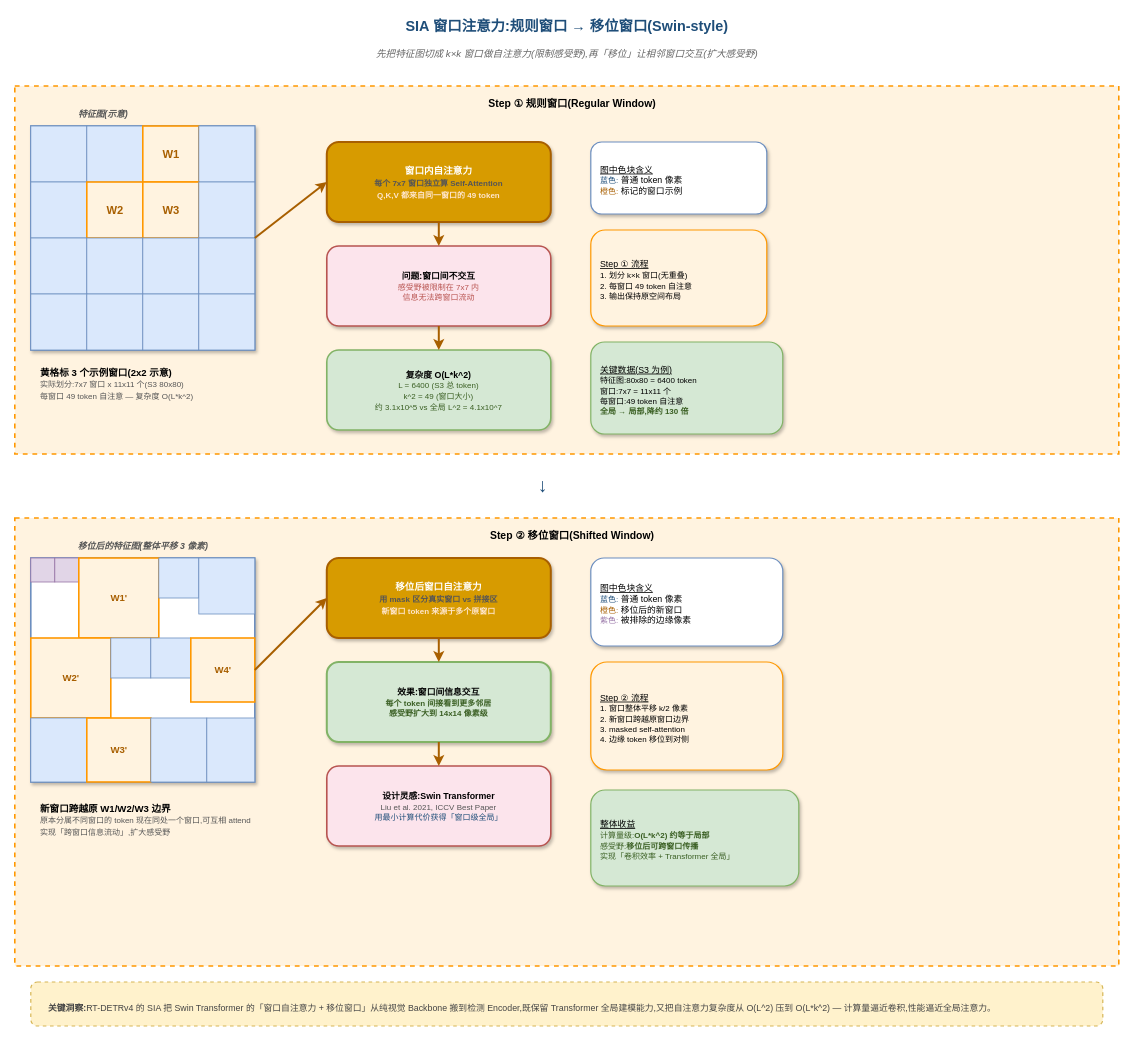
This is assets/images/ch13/v4-sia-window-attention.drawio from bigbro13/deep-learning-handbook, a draw.io file, before an edit. Source tidied: cells renumbered, new cells numbered last; positions are measured from the earlier drawing's top-left corner, leaving out a move shared by most shapes. Both pictures are drawn from the tidied source at 80%, with x=0, y=0 at pixel (14, 14).
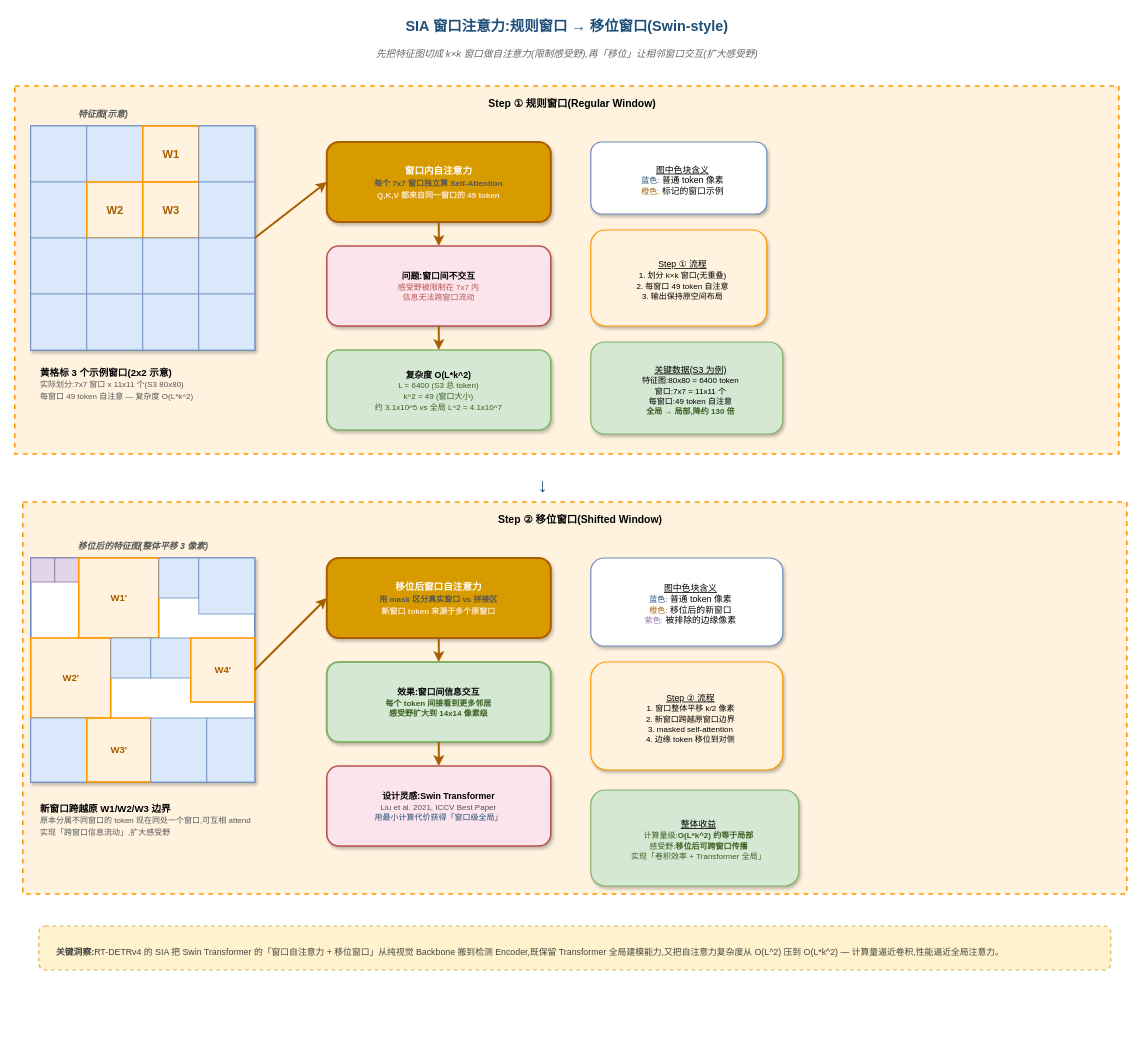
The same diagram, later.

Change to the diagram source:
```diff
@@
-    <mxCell id="33" value="&lt;u&gt;图中色块含义&lt;/u&gt;&lt;br&gt;&lt;font style=&quot;font-size: 10px; color: #1f4e79;&quot;&gt;蓝色:&lt;/font&gt; 普通 token 像素&lt;br&gt;&lt;font style=&quot;font-size: 10px; color: #a85f00;&quot;&gt;橙色:&lt;/font&gt; 标记的窗口示例" style="rounded=1;whiteSpace=wrap;html=1;fillColor=#ffffff;strokeColor=#6c8ebf;strokeWidth=1.5;shadow=1;fontSize=11;align=left;spacingLeft=10;spacingTop=6;" parent="1" vertex="1">
+    <mxCell id="33" value="&lt;u&gt;图中色块含义&lt;/u&gt;&lt;br&gt;&lt;font style=&quot;font-size: 10px; color: rgb(31, 78, 121);&quot;&gt;蓝色:&lt;/font&gt; 普通 token 像素&lt;br&gt;&lt;font style=&quot;font-size: 10px; color: rgb(168, 95, 0);&quot;&gt;橙色:&lt;/font&gt; 标记的窗口示例" style="rounded=1;whiteSpace=wrap;html=1;fillColor=#ffffff;strokeColor=#6c8ebf;strokeWidth=1.5;shadow=1;fontSize=11;align=center;spacingLeft=10;spacingTop=6;" parent="1" vertex="1">
       <mxGeometry x="720" y="160" width="220" height="90" as="geometry" />
     </mxCell>
-    <mxCell id="34" value="&lt;u&gt;Step ① 流程&lt;/u&gt;&lt;br&gt;&lt;font style=&quot;font-size: 10px;&quot;&gt;1. 划分 k×k 窗口(无重叠)&lt;/font&gt;&lt;br&gt;&lt;font style=&quot;font-size: 10px;&quot;&gt;2. 每窗口 49 token 自注意&lt;/font&gt;&lt;br&gt;&lt;font style=&quot;font-size: 10px;&quot;&gt;3. 输出保持原空间布局&lt;/font&gt;" style="rounded=1;whiteSpace=wrap;html=1;fillColor=#fff3e0;strokeColor=#ff9800;strokeWidth=1.5;shadow=1;fontSize=11;align=left;spacingLeft=10;spacingTop=6;" parent="1" vertex="1">
+    <mxCell id="34" value="&lt;u&gt;Step ① 流程&lt;/u&gt;&lt;br&gt;&lt;font style=&quot;font-size: 10px;&quot;&gt;1. 划分 k×k 窗口(无重叠)&lt;/font&gt;&lt;br&gt;&lt;font style=&quot;font-size: 10px;&quot;&gt;2. 每窗口 49 token 自注意&lt;/font&gt;&lt;br&gt;&lt;font style=&quot;font-size: 10px;&quot;&gt;3. 输出保持原空间布局&lt;/font&gt;" style="rounded=1;whiteSpace=wrap;html=1;fillColor=#fff3e0;strokeColor=#ff9800;strokeWidth=1.5;shadow=1;fontSize=11;align=center;spacingLeft=10;spacingTop=6;" parent="1" vertex="1">
       <mxGeometry x="720" y="270" width="220" height="120" as="geometry" />
     </mxCell>
-    <mxCell id="35" value="&lt;u&gt;关键数据(S3 为例)&lt;/u&gt;&lt;br&gt;&lt;font style=&quot;font-size: 10px;&quot;&gt;特征图:80x80 = 6400 token&lt;/font&gt;&lt;br&gt;&lt;font style=&quot;font-size: 10px;&quot;&gt;窗口:7x7 = 11x11 个&lt;/font&gt;&lt;br&gt;&lt;font style=&quot;font-size: 10px;&quot;&gt;每窗口:49 token 自注意&lt;/font&gt;&lt;br&gt;&lt;font style=&quot;font-size: 10px; color: #3a5f23;&quot;&gt;&lt;b&gt;全局 → 局部,降约 130 倍&lt;/b&gt;&lt;/font&gt;" style="rounded=1;whiteSpace=wrap;html=1;fillColor=#d5e8d4;strokeColor=#82b366;strokeWidth=1.5;shadow=1;fontSize=11;align=left;spacingLeft=10;spacingTop=6;" parent="1" vertex="1">
+    <mxCell id="35" value="&lt;u&gt;关键数据(S3 为例)&lt;/u&gt;&lt;br&gt;&lt;font style=&quot;font-size: 10px;&quot;&gt;特征图:80x80 = 6400 token&lt;/font&gt;&lt;br&gt;&lt;font style=&quot;font-size: 10px;&quot;&gt;窗口:7x7 = 11x11 个&lt;/font&gt;&lt;br&gt;&lt;font style=&quot;font-size: 10px;&quot;&gt;每窗口:49 token 自注意&lt;/font&gt;&lt;br&gt;&lt;font style=&quot;font-size: 10px; color: rgb(58, 95, 35);&quot;&gt;&lt;b&gt;全局 → 局部,降约 130 倍&lt;/b&gt;&lt;/font&gt;" style="rounded=1;whiteSpace=wrap;html=1;fillColor=#d5e8d4;strokeColor=#82b366;strokeWidth=1.5;shadow=1;fontSize=11;align=center;spacingLeft=10;spacingTop=6;" parent="1" vertex="1">
       <mxGeometry x="720" y="410" width="240" height="115" as="geometry" />
     </mxCell>
@@
     <mxCell id="37" value="&lt;b&gt;Step ② 移位窗口(Shifted Window)&lt;/b&gt;" style="rounded=0;whiteSpace=wrap;html=1;fillColor=#fff3e0;strokeColor=#ff9800;strokeWidth=2;dashed=1;verticalAlign=top;spacingTop=8;spacingLeft=14;fontSize=13;fontStyle=1;" parent="1" vertex="1">
-      <mxGeometry y="630" width="1380" height="560" as="geometry" />
+      <mxGeometry x="10" y="610" width="1380" height="490" as="geometry" />
     </mxCell>
@@
-    <mxCell id="64" value="&lt;u&gt;图中色块含义&lt;/u&gt;&lt;br&gt;&lt;font style=&quot;font-size: 10px; color: #1f4e79;&quot;&gt;蓝色:&lt;/font&gt; 普通 token 像素&lt;br&gt;&lt;font style=&quot;font-size: 10px; color: #a85f00;&quot;&gt;橙色:&lt;/font&gt; 移位后的新窗口&lt;br&gt;&lt;font style=&quot;font-size: 10px; color: #9673a6;&quot;&gt;紫色:&lt;/font&gt; 被排除的边缘像素" style="rounded=1;whiteSpace=wrap;html=1;fillColor=#ffffff;strokeColor=#6c8ebf;strokeWidth=1.5;shadow=1;fontSize=11;align=left;spacingLeft=10;spacingTop=6;" parent="1" vertex="1">
+    <mxCell id="64" value="&lt;u&gt;图中色块含义&lt;/u&gt;&lt;br&gt;&lt;font style=&quot;font-size: 10px; color: rgb(31, 78, 121);&quot;&gt;蓝色:&lt;/font&gt; 普通 token 像素&lt;br&gt;&lt;font style=&quot;font-size: 10px; color: rgb(168, 95, 0);&quot;&gt;橙色:&lt;/font&gt; 移位后的新窗口&lt;br&gt;&lt;font style=&quot;font-size: 10px; color: rgb(150, 115, 166);&quot;&gt;紫色:&lt;/font&gt; 被排除的边缘像素" style="rounded=1;whiteSpace=wrap;html=1;fillColor=#ffffff;strokeColor=#6c8ebf;strokeWidth=1.5;shadow=1;fontSize=11;align=center;spacingLeft=10;spacingTop=6;" parent="1" vertex="1">
       <mxGeometry x="720" y="680" width="240" height="110" as="geometry" />
     </mxCell>
-    <mxCell id="65" value="&lt;u&gt;Step ② 流程&lt;/u&gt;&lt;br&gt;&lt;font style=&quot;font-size: 10px;&quot;&gt;1. 窗口整体平移 k/2 像素&lt;/font&gt;&lt;br&gt;&lt;font style=&quot;font-size: 10px;&quot;&gt;2. 新窗口跨越原窗口边界&lt;/font&gt;&lt;br&gt;&lt;font style=&quot;font-size: 10px;&quot;&gt;3. masked self-attention&lt;/font&gt;&lt;br&gt;&lt;font style=&quot;font-size: 10px;&quot;&gt;4. 边缘 token 移位到对侧&lt;/font&gt;" style="rounded=1;whiteSpace=wrap;html=1;fillColor=#fff3e0;strokeColor=#ff9800;strokeWidth=1.5;shadow=1;fontSize=11;align=left;spacingLeft=10;spacingTop=6;" parent="1" vertex="1">
+    <mxCell id="65" value="&lt;u&gt;Step ② 流程&lt;/u&gt;&lt;br&gt;&lt;font style=&quot;font-size: 10px;&quot;&gt;1. 窗口整体平移 k/2 像素&lt;/font&gt;&lt;br&gt;&lt;font style=&quot;font-size: 10px;&quot;&gt;2. 新窗口跨越原窗口边界&lt;/font&gt;&lt;br&gt;&lt;font style=&quot;font-size: 10px;&quot;&gt;3. masked self-attention&lt;/font&gt;&lt;br&gt;&lt;font style=&quot;font-size: 10px;&quot;&gt;4. 边缘 token 移位到对侧&lt;/font&gt;" style="rounded=1;whiteSpace=wrap;html=1;fillColor=#fff3e0;strokeColor=#ff9800;strokeWidth=1.5;shadow=1;fontSize=11;align=center;spacingLeft=10;spacingTop=6;" parent="1" vertex="1">
       <mxGeometry x="720" y="810" width="240" height="135" as="geometry" />
     </mxCell>
-    <mxCell id="66" value="&lt;u&gt;整体收益&lt;/u&gt;&lt;br&gt;&lt;font style=&quot;font-size: 10px; color: #3a5f23;&quot;&gt;计算量级:&lt;b&gt;O(L*k^2) 约等于局部&lt;/b&gt;&lt;/font&gt;&lt;br&gt;&lt;font style=&quot;font-size: 10px; color: #3a5f23;&quot;&gt;感受野:&lt;b&gt;移位后可跨窗口传播&lt;/b&gt;&lt;/font&gt;&lt;br&gt;&lt;font style=&quot;font-size: 10px; color: #3a5f23;&quot;&gt;实现「卷积效率 + Transformer 全局」&lt;/font&gt;" style="rounded=1;whiteSpace=wrap;html=1;fillColor=#d5e8d4;strokeColor=#82b366;strokeWidth=1.5;shadow=1;fontSize=11;align=left;spacingLeft=10;spacingTop=6;" parent="1" vertex="1">
+    <mxCell id="66" value="&lt;u&gt;整体收益&lt;/u&gt;&lt;br&gt;&lt;font style=&quot;font-size: 10px; color: rgb(58, 95, 35);&quot;&gt;计算量级:&lt;b&gt;O(L*k^2) 约等于局部&lt;/b&gt;&lt;/font&gt;&lt;br&gt;&lt;font style=&quot;font-size: 10px; color: rgb(58, 95, 35);&quot;&gt;感受野:&lt;b&gt;移位后可跨窗口传播&lt;/b&gt;&lt;/font&gt;&lt;br&gt;&lt;font style=&quot;font-size: 10px; color: rgb(58, 95, 35);&quot;&gt;实现「卷积效率 + Transformer 全局」&lt;/font&gt;" style="rounded=1;whiteSpace=wrap;html=1;fillColor=#d5e8d4;strokeColor=#82b366;strokeWidth=1.5;shadow=1;fontSize=11;align=center;spacingLeft=10;spacingTop=6;" parent="1" vertex="1">
       <mxGeometry x="720" y="970" width="260" height="120" as="geometry" />
     </mxCell>
     <mxCell id="67" value="&lt;b&gt;关键洞察:&lt;/b&gt;RT-DETRv4 的 SIA 把 Swin Transformer 的「窗口自注意力 + 移位窗口」从纯视觉 Backbone 搬到检测 Encoder,既保留 Transformer 全局建模能力,又把自注意力复杂度从 O(L^2) 压到 O(L*k^2) — 计算量逼近卷积,性能逼近全局注意力。" style="rounded=1;whiteSpace=wrap;html=1;fillColor=#fff2cc;strokeColor=#d6b656;strokeWidth=1.5;dashed=1;fontSize=11;fontColor=#444444;align=left;spacing=8;spacingLeft=14;spacingRight=10;spacingTop=10;" parent="1" vertex="1">
-      <mxGeometry x="20" y="1210" width="1340" height="55" as="geometry" />
+      <mxGeometry x="30" y="1140" width="1340" height="55" as="geometry" />
     </mxCell>
```
